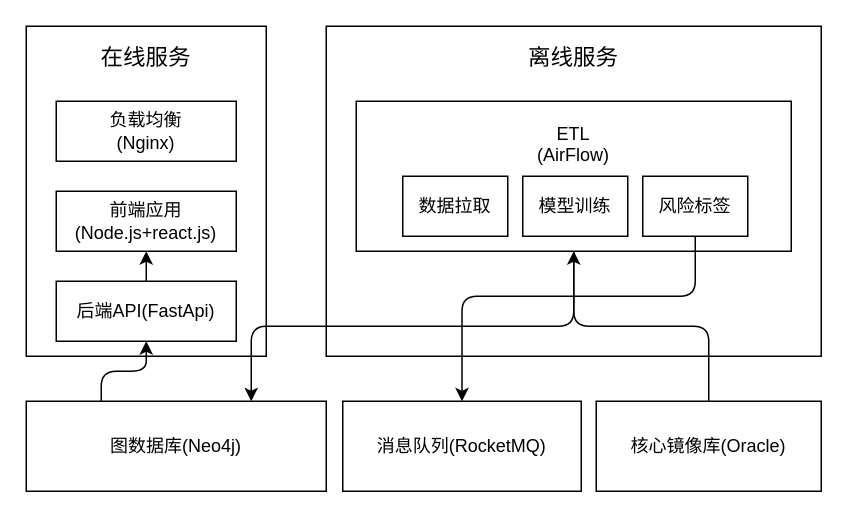
Above: page "技术架构图" (1 of 3) of taiping-arch.drawio in XiaoLiuAI/diagrams (draw.io), before the change. Source tidied: cells renumbered, new cells numbered last; positions are measured from the earlier drawing's top-left corner, leaving out a move shared by most shapes. Both pictures are drawn from the tidied source at 150%, with x=0, y=0 at pixel (26, 26).
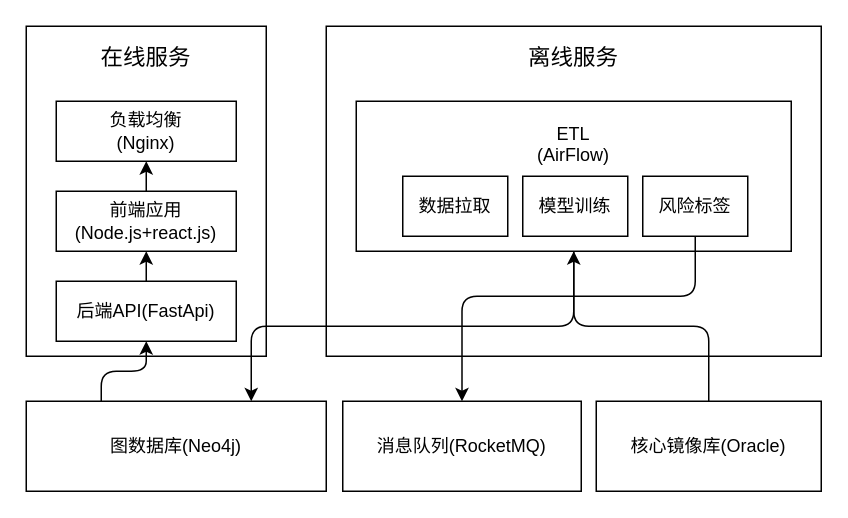
Above is the later version.

Unchanged cells that the change refers to:
```xml
<mxCell id="18" value="负载均衡&lt;br&gt;(Nginx)" style="rounded=0;whiteSpace=wrap;html=1;" parent="1" vertex="1">
  <mxGeometry x="20" y="50" width="120" height="40" as="geometry" />
</mxCell>
```

Diff of the diagram source:
```diff
@@
+    <mxCell id="21" style="endArrow=classic;html=1;entryX=0.5;entryY=1;entryDx=0;entryDy=0;" parent="1" edge="1" target="18">
+      <mxGeometry relative="1" as="geometry">
+        <mxPoint x="80" y="110" as="sourcePoint" />
+      </mxGeometry>
+    </mxCell>
```
